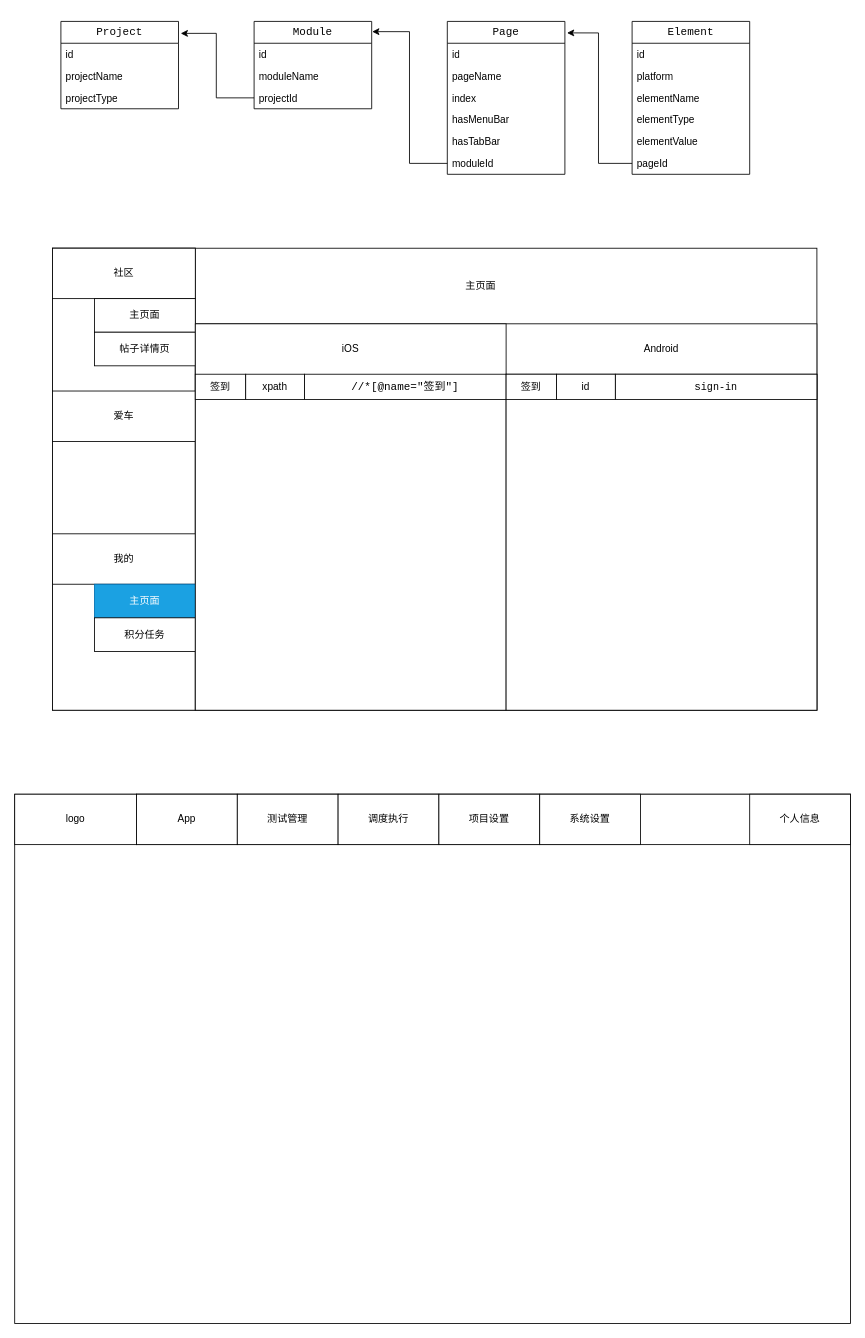
chengmo23/draw.io keeps this draw.io diagram as appium.drawio. Above is the earlier version. Source tidied: cells renumbered, new cells numbered last; positions are measured from the earlier drawing's top-left corner, leaving out a move shared by most shapes. Both pictures are drawn from the tidied source at 84%, with x=0, y=0 at pixel (14, 21).
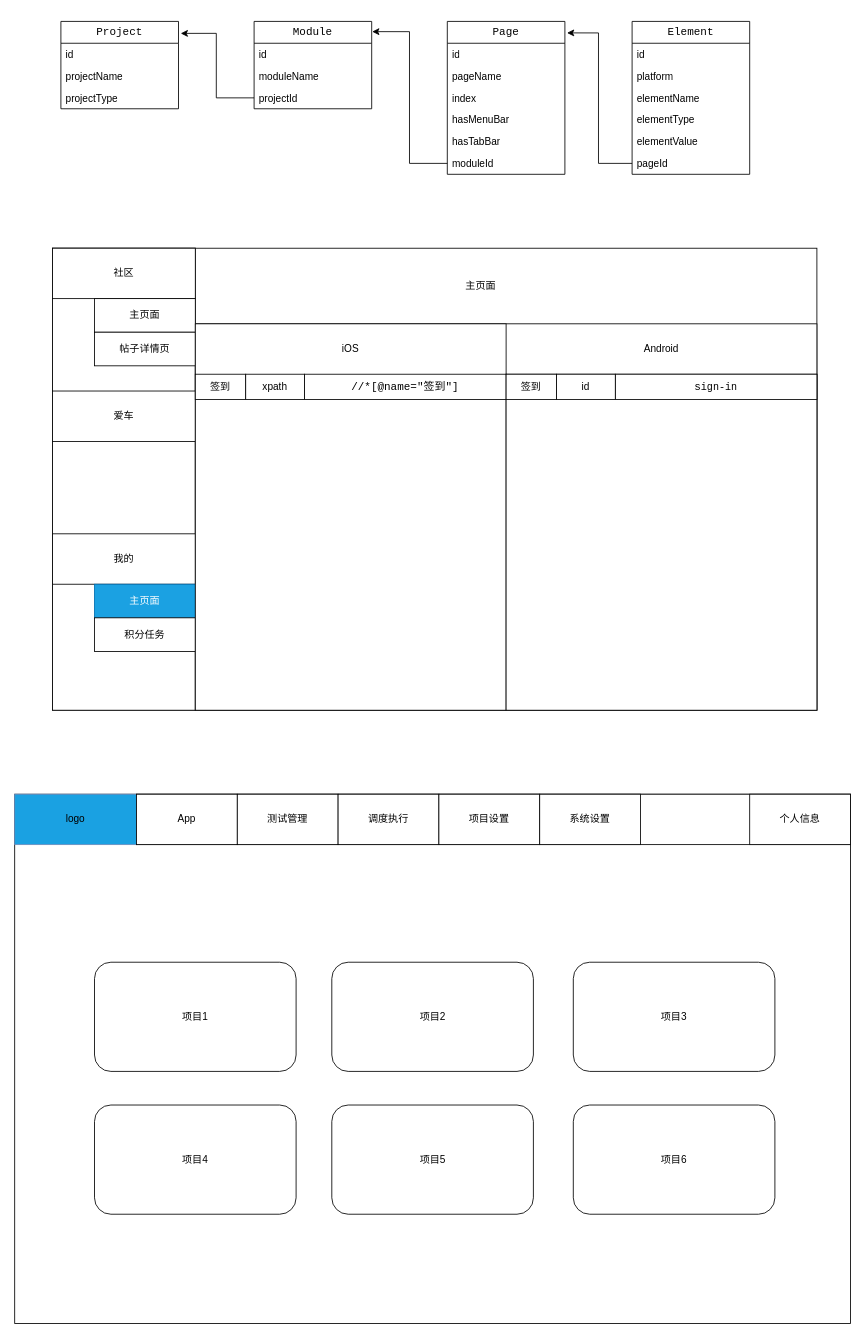
After the change.

The edit, as a diff of the source:
```diff
@@
-    <mxCell id="50" value="logo" style="rounded=0;whiteSpace=wrap;html=1;" parent="1" vertex="1">
+    <mxCell id="50" value="logo" style="rounded=0;whiteSpace=wrap;html=1;fillColor=#1aa1e2;strokeColor=#6c8ebf;" parent="1" vertex="1">
       <mxGeometry y="920" width="145" height="60" as="geometry" />
     </mxCell>
@@
+    <mxCell id="57" value="项目1" style="rounded=1;whiteSpace=wrap;html=1;" parent="1" vertex="1">
+      <mxGeometry x="95" y="1120" width="240" height="130" as="geometry" />
+    </mxCell>
+    <mxCell id="58" value="项目2" style="rounded=1;whiteSpace=wrap;html=1;" parent="1" vertex="1">
+      <mxGeometry x="377.5" y="1120" width="240" height="130" as="geometry" />
+    </mxCell>
+    <mxCell id="59" value="项目3" style="rounded=1;whiteSpace=wrap;html=1;" parent="1" vertex="1">
+      <mxGeometry x="665" y="1120" width="240" height="130" as="geometry" />
+    </mxCell>
+    <mxCell id="60" value="项目4" style="rounded=1;whiteSpace=wrap;html=1;" parent="1" vertex="1">
+      <mxGeometry x="95" y="1290" width="240" height="130" as="geometry" />
+    </mxCell>
+    <mxCell id="61" value="项目5" style="rounded=1;whiteSpace=wrap;html=1;" parent="1" vertex="1">
+      <mxGeometry x="377.5" y="1290" width="240" height="130" as="geometry" />
+    </mxCell>
+    <mxCell id="62" value="项目6" style="rounded=1;whiteSpace=wrap;html=1;" parent="1" vertex="1">
+      <mxGeometry x="665" y="1290" width="240" height="130" as="geometry" />
+    </mxCell>
```
